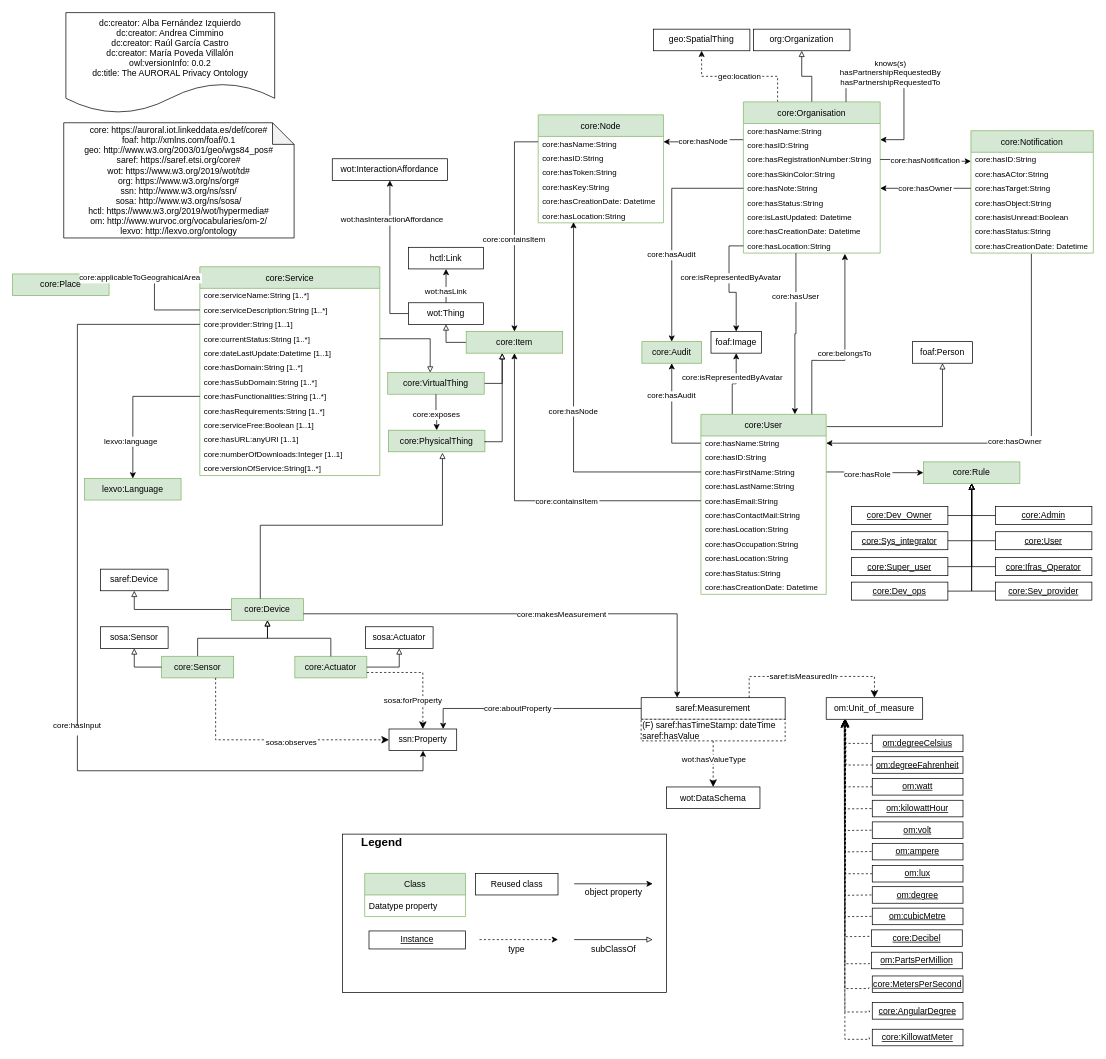
This is page "V2" (1 of 2) of diagrams/core.drawio from oeg-upm/auroral-core-ontology, a draw.io file, before an edit. Source tidied: cells renumbered, new cells numbered last; positions are measured from the earlier drawing's top-left corner, leaving out a move shared by most shapes. Both pictures are drawn from the tidied source at 72%, with x=0, y=0 at pixel (12, 12).
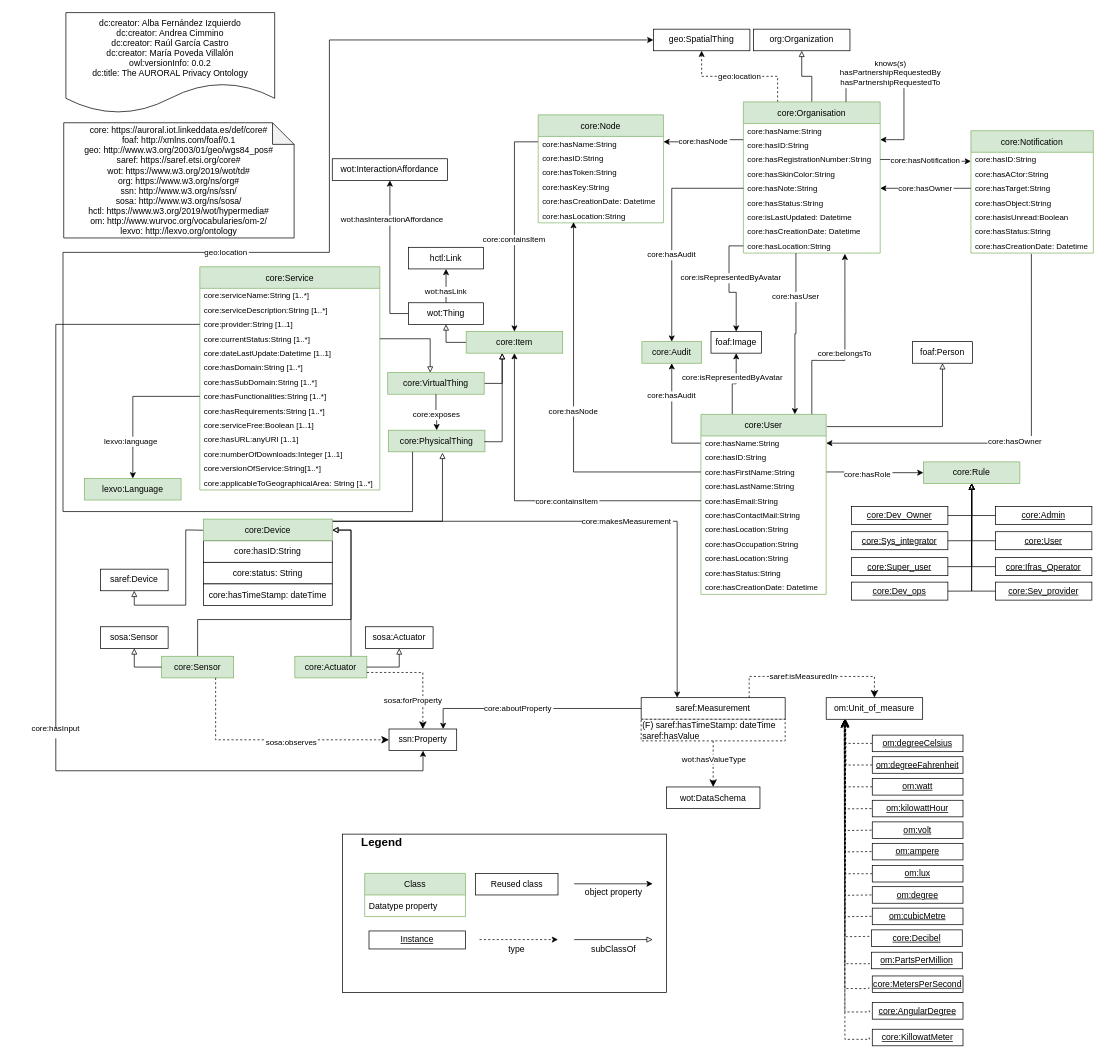
After the change.

Unchanged cells that the change refers to:
```xml
<mxCell id="47" value="geo:SpatialThing" style="rounded=0;whiteSpace=wrap;html=1;" parent="1" vertex="1">
  <mxGeometry x="890" y="23" width="134" height="30" as="geometry" />
</mxCell>
<mxCell id="60" value="saref:Device" style="rounded=0;whiteSpace=wrap;html=1;" parent="1" vertex="1">
  <mxGeometry x="122" y="773" width="94" height="30" as="geometry" />
</mxCell>
<mxCell id="108" value="core:Sensor" style="rounded=0;whiteSpace=wrap;html=1;fillColor=#d5e8d4;strokeColor=#82b366;" parent="1" vertex="1">
  <mxGeometry x="207" y="894" width="100" height="30" as="geometry" />
</mxCell>
<mxCell id="109" value="core:Actuator" style="rounded=0;whiteSpace=wrap;html=1;fillColor=#d5e8d4;strokeColor=#82b366;" parent="1" vertex="1">
  <mxGeometry x="392" y="894" width="100" height="30" as="geometry" />
</mxCell>
<mxCell id="115" value="ssn:Property" style="rounded=0;whiteSpace=wrap;html=1;points=[[0.1,0],[0.2,0],[0.3,0],[0.4,0],[0.5,0],[0.6,0],[0.7,0],[0.8,0],[0.9,0],[0,0.1],[0,0.3],[0,0.5],[0,0.7],[0,0.9],[0.1,1],[0.2,1],[0.3,1],[0.4,1],[0.5,1],[0.6,1],[0.7,1],[0.8,1],[0.9,1],[1,0.1],[1,0.3],[1,0.5],[1,0.7],[1,0.9]];" parent="1" vertex="1">
  <mxGeometry x="522.8" y="995" width="94" height="30" as="geometry" />
</mxCell>
<mxCell id="121" value="saref:Measurement" style="rounded=0;whiteSpace=wrap;html=1;" parent="1" vertex="1">
  <mxGeometry x="873" y="951.5" width="200" height="30" as="geometry" />
</mxCell>
<mxCell id="160" value="core:serviceDescription:String [1..*]" style="text;strokeColor=none;fillColor=none;align=left;verticalAlign=middle;spacingLeft=4;spacingRight=4;overflow=hidden;points=[[0,0.5],[1,0.5]];portConstraint=eastwest;fontSize=11;" parent="158" vertex="1">
  <mxGeometry y="50" width="250" height="20" as="geometry" />
</mxCell>
<mxCell id="161" value="core:provider:String [1..1]" style="text;strokeColor=none;fillColor=none;align=left;verticalAlign=middle;spacingLeft=4;spacingRight=4;overflow=hidden;points=[[0,0.5],[1,0.5]];portConstraint=eastwest;fontSize=11;" parent="158" vertex="1">
  <mxGeometry y="70" width="250" height="20" as="geometry" />
</mxCell>
<mxCell id="173" value="core:PhysicalThing" style="rounded=0;whiteSpace=wrap;html=1;fillColor=#d5e8d4;strokeColor=#82b366;" parent="1" vertex="1">
  <mxGeometry x="522" y="580" width="134" height="30" as="geometry" />
</mxCell>
```

Change to the diagram source:
```diff
@@
-    <mxCell id="61" style="edgeStyle=orthogonalEdgeStyle;rounded=0;jettySize=auto;html=1;entryX=0.5;entryY=1;entryDx=0;entryDy=0;fontSize=11;endArrow=block;endFill=0;exitX=0;exitY=0.5;exitDx=0;exitDy=0;" parent="1" edge="1" source="62" target="60">
+    <mxCell id="61" style="edgeStyle=orthogonalEdgeStyle;rounded=0;jettySize=auto;html=1;entryX=0.5;entryY=1;entryDx=0;entryDy=0;fontSize=11;endArrow=block;endFill=0;" parent="1" edge="1" source="62" target="60">
       <mxGeometry relative="1" as="geometry" />
     </mxCell>
-    <mxCell id="62" value="core:Device" style="rounded=0;whiteSpace=wrap;html=1;fillColor=#d5e8d4;strokeColor=#82b366;points=[[0.1,0],[0.2,0],[0.3,0],[0.4,0],[0.5,0],[0.6,0],[0.7,0],[0.8,0],[0.9,0],[0,0.1],[0,0.3],[0,0.5],[0,0.7],[0,0.9],[0.1,1],[0.2,1],[0.3,1],[0.4,1],[0.5,1],[0.6,1],[0.7,1],[0.8,1],[0.9,1],[1,0.1],[1,0.3],[1,0.5],[1,0.7],[1,0.9]];" parent="1" vertex="1">
-      <mxGeometry x="304" y="814" width="100" height="30" as="geometry" />
-    </mxCell>
@@
-    <mxCell id="107" style="edgeStyle=orthogonalEdgeStyle;rounded=0;jettySize=auto;html=1;exitX=0.5;exitY=0;exitDx=0;exitDy=0;fontSize=11;endArrow=block;endFill=0;entryX=0.5;entryY=1;entryDx=0;entryDy=0;" parent="1" edge="1" source="108" target="62">
-      <mxGeometry relative="1" as="geometry" />
+    <mxCell id="107" style="edgeStyle=orthogonalEdgeStyle;rounded=0;jettySize=auto;html=1;exitX=0.5;exitY=0;exitDx=0;exitDy=0;fontSize=11;endArrow=block;endFill=0;" parent="1" edge="1" source="108" target="62">
+      <mxGeometry relative="1" as="geometry">
+        <Array as="points">
+          <mxPoint x="257" y="843" />
+          <mxPoint x="470" y="843" />
+          <mxPoint x="470" y="719" />
+        </Array>
+      </mxGeometry>
     </mxCell>
@@
-    <mxCell id="110" style="edgeStyle=orthogonalEdgeStyle;rounded=0;jettySize=auto;html=1;exitX=0.5;exitY=0;exitDx=0;exitDy=0;fontSize=11;endArrow=block;endFill=0;entryX=0.5;entryY=1;entryDx=0;entryDy=0;" parent="1" edge="1" source="109" target="62">
-      <mxGeometry relative="1" as="geometry" />
+    <mxCell id="110" style="edgeStyle=orthogonalEdgeStyle;rounded=0;jettySize=auto;html=1;fontSize=11;endArrow=block;endFill=0;entryX=1;entryY=0.5;entryDx=0;entryDy=0;" parent="1" edge="1" source="109" target="62">
+      <mxGeometry relative="1" as="geometry">
+        <Array as="points">
+          <mxPoint x="470" y="719" />
+        </Array>
+      </mxGeometry>
     </mxCell>
@@
-    <mxCell id="128" value="core:makesMeasurement" style="edgeStyle=orthogonalEdgeStyle;rounded=0;jettySize=auto;entryX=0.25;entryY=0;entryDx=0;entryDy=0;fontSize=11;endArrow=classic;endFill=1;exitX=1;exitY=0.7;exitDx=0;exitDy=0;" parent="1" edge="1" source="62" target="121">
+    <mxCell id="128" value="core:makesMeasurement" style="edgeStyle=orthogonalEdgeStyle;rounded=0;jettySize=auto;entryX=0.25;entryY=0;entryDx=0;entryDy=0;fontSize=11;endArrow=classic;endFill=1;exitX=1;exitY=0.1;exitDx=0;exitDy=0;" parent="1" edge="1" source="62" target="121">
       <mxGeometry x="0.13" relative="1" as="geometry" />
     </mxCell>
@@
     <mxCell id="158" value="core:Service" style="swimlane;fontStyle=0;horizontal=1;startSize=30;fillColor=#d5e8d4;strokeColor=#82b366;" parent="1" vertex="1">
-      <mxGeometry x="260" y="353" width="250" height="290" as="geometry" />
+      <mxGeometry x="260" y="353" width="250" height="310" as="geometry" />
     </mxCell>
@@
+    <mxCell id="185" value="core:applicableToGeographicalArea: String [1..*]" style="text;strokeColor=none;fillColor=none;align=left;verticalAlign=middle;spacingLeft=4;spacingRight=4;overflow=hidden;fontSize=11;" parent="158" vertex="1">
+      <mxGeometry y="290" width="250" height="20" as="geometry" />
+    </mxCell>
@@
-    <mxCell id="175" style="edgeStyle=orthogonalEdgeStyle;rounded=0;jettySize=auto;html=1;exitX=0.4;exitY=0;exitDx=0;exitDy=0;fontSize=11;endArrow=block;endFill=0;entryX=0.56;entryY=1.044;entryDx=0;entryDy=0;entryPerimeter=0;" parent="1" edge="1" source="62" target="173">
+    <mxCell id="175" style="edgeStyle=orthogonalEdgeStyle;rounded=0;jettySize=auto;html=1;fontSize=11;endArrow=block;endFill=0;entryX=0.56;entryY=1.044;entryDx=0;entryDy=0;entryPerimeter=0;exitX=1;exitY=0.1;exitDx=0;exitDy=0;" parent="1" edge="1" source="62" target="173">
       <mxGeometry relative="1" as="geometry" />
     </mxCell>
@@
     <mxCell id="178" value="core:hasInput&#10;" style="edgeStyle=orthogonalEdgeStyle;rounded=0;jettySize=auto;exitX=0;exitY=0.5;exitDx=0;exitDy=0;fontSize=11;endArrow=classic;endFill=1;" parent="1" edge="1" source="161" target="115">
       <mxGeometry x="0.13" relative="1" as="geometry">
         <Array as="points">
-          <mxPoint x="90" y="433" />
-          <mxPoint x="90" y="1053" />
+          <mxPoint x="60" y="433" />
+          <mxPoint x="60" y="1053" />
           <mxPoint x="570" y="1053" />
         </Array>
       </mxGeometry>
     </mxCell>
@@
-    <mxCell id="182" value="core:Place" style="rounded=0;whiteSpace=wrap;html=1;fillColor=#d5e8d4;strokeColor=#82b366;" parent="1" vertex="1">
-      <mxGeometry y="363" width="134" height="30" as="geometry" />
-    </mxCell>
-    <mxCell id="183" style="edgeStyle=orthogonalEdgeStyle;rounded=0;jettySize=auto;html=1;entryX=1;entryY=0.25;entryDx=0;entryDy=0;fontSize=11;endArrow=classic;endFill=1;" parent="1" edge="1" source="160" target="182">
-      <mxGeometry relative="1" as="geometry" />
-    </mxCell>
-    <mxCell id="184" value="core:applicableToGeograhicalArea" style="edgeLabel;align=center;verticalAlign=middle;fontSize=11;" parent="183" vertex="1">
-      <mxGeometry x="0.49" y="-3" relative="1" as="geometry" />
-    </mxCell>
+    <mxCell id="186" value="geo:location" style="edgeStyle=orthogonalEdgeStyle;rounded=0;jettySize=auto;fontSize=11;endArrow=classic;endFill=1;exitX=0.25;exitY=1;exitDx=0;exitDy=0;entryX=0;entryY=0.5;entryDx=0;entryDy=0;" parent="1" edge="1" source="173" target="47">
+      <mxGeometry x="0.13" relative="1" as="geometry">
+        <Array as="points">
+          <mxPoint x="556" y="693" />
+          <mxPoint x="70" y="693" />
+          <mxPoint x="70" y="333" />
+          <mxPoint x="440" y="333" />
+          <mxPoint x="440" y="38" />
+        </Array>
+      </mxGeometry>
+    </mxCell>
+    <mxCell id="187" value="core:hasID:String" style="rounded=0;whiteSpace=wrap;html=1;" parent="1" vertex="1">
+      <mxGeometry x="265" y="733.5" width="179" height="30" as="geometry" />
+    </mxCell>
+    <mxCell id="62" value="core:Device" style="rounded=0;whiteSpace=wrap;html=1;snapToPoint=1;points=[[0.1,0],[0.2,0],[0.3,0],[0.4,0],[0.5,0],[0.6,0],[0.7,0],[0.8,0],[0.9,0],[0,0.1],[0,0.3],[0,0.5],[0,0.7],[0,0.9],[0.1,1],[0.2,1],[0.3,1],[0.4,1],[0.5,1],[0.6,1],[0.7,1],[0.8,1],[0.9,1],[1,0.1],[1,0.3],[1,0.5],[1,0.7],[1,0.9]];fillColor=#d5e8d4;strokeColor=#82b366;" parent="1" vertex="1">
+      <mxGeometry x="265" y="703.5" width="179" height="30" as="geometry" />
+    </mxCell>
+    <mxCell id="188" value="core:status: String" style="rounded=0;whiteSpace=wrap;html=1;" parent="1" vertex="1">
+      <mxGeometry x="265" y="763.5" width="179" height="30" as="geometry" />
+    </mxCell>
+    <mxCell id="189" value="core:hasTimeStamp: dateTime" style="rounded=0;whiteSpace=wrap;html=1;" parent="1" vertex="1">
+      <mxGeometry x="265" y="793.5" width="179" height="30" as="geometry" />
+    </mxCell>
```
